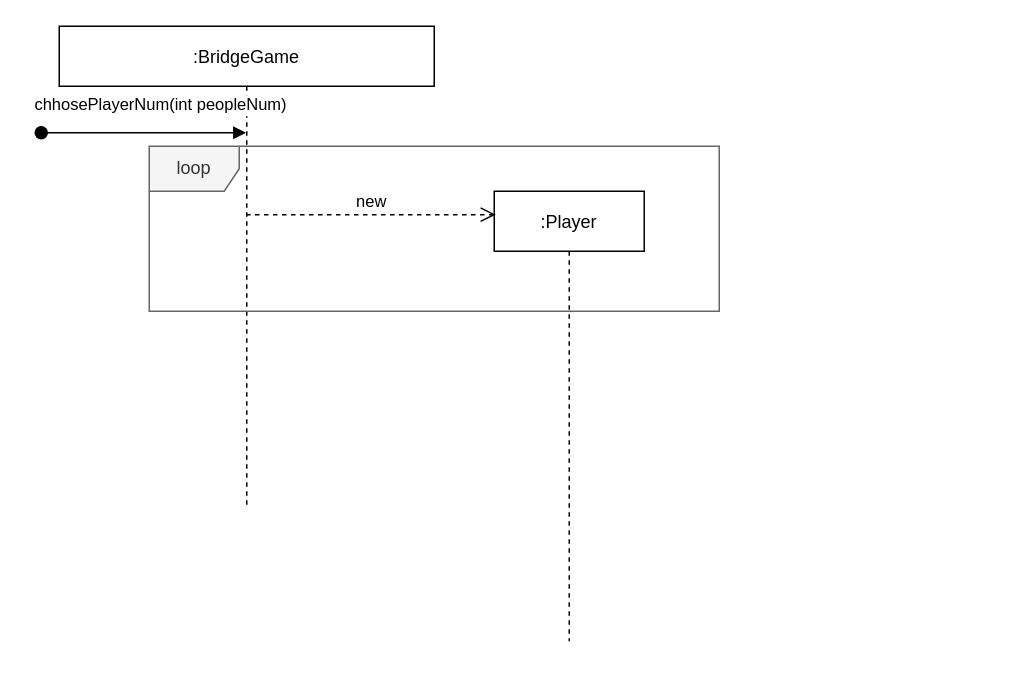
Before: diagram/시퀀스다이어그램/SequenceDiagram(choosePlayerNum).drawio in iGH01gi/SE_Term_Project, a draw.io diagram. Source tidied: cells renumbered, new cells numbered last; positions are measured from the earlier drawing's top-left corner, leaving out a move shared by most shapes. Both pictures are drawn from the tidied source at 150%, with x=0, y=0 at pixel (40, 26).
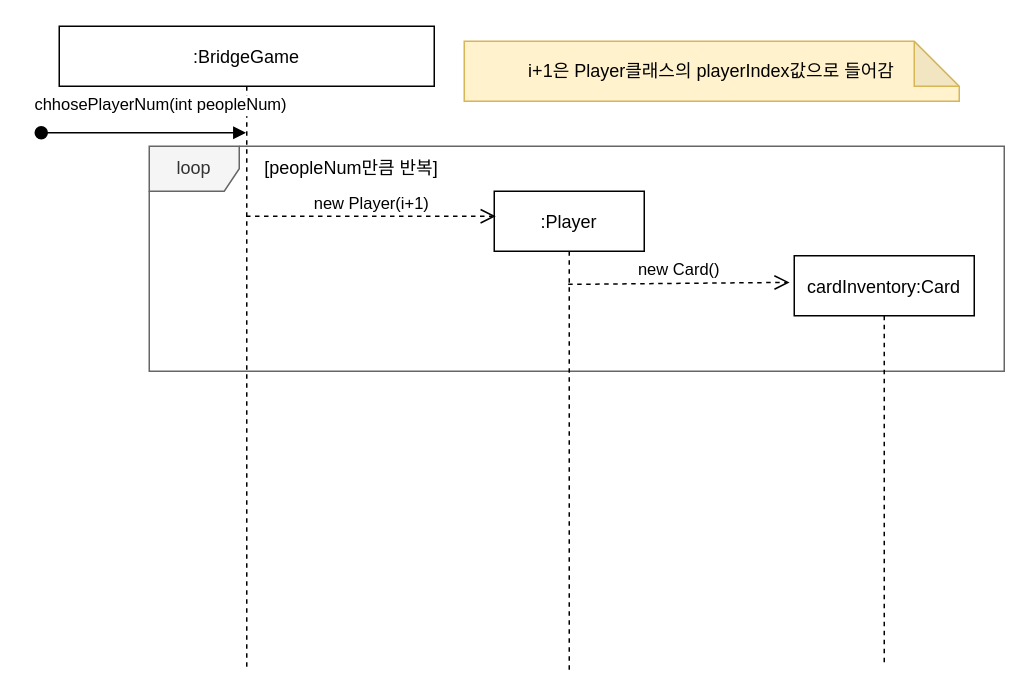
Above is the later version.

Change to the diagram source:
```diff
@@
 <mxGraphModel>
   <root>
     <mxCell id="0" />
     <mxCell id="1" parent="0" />
+    <mxCell id="6" value="loop" style="shape=umlFrame;whiteSpace=wrap;html=1;fillColor=#f5f5f5;fontColor=#333333;strokeColor=#666666;" parent="1" vertex="1">
+      <mxGeometry x="72" y="80" width="570" height="150" as="geometry" />
+    </mxCell>
     <mxCell id="2" value=":BridgeGame" style="shape=umlLifeline;perimeter=lifelinePerimeter;rounded=0;shadow=0;strokeWidth=1;" parent="1" vertex="1">
-      <mxGeometry x="12" width="250" height="320" as="geometry" />
+      <mxGeometry x="12" width="250" height="430" as="geometry" />
     </mxCell>
     <mxCell id="3" value="chhosePlayerNum(int peopleNum)" style="verticalAlign=bottom;startArrow=oval;endArrow=block;startSize=8;shadow=0;strokeWidth=1;" parent="2" edge="1" target="2">
       <mxGeometry x="0.17" y="10" relative="1" as="geometry">
         <mxPoint x="-12" y="71" as="sourcePoint" />
       </mxGeometry>
     </mxCell>
     <mxCell id="4" value=":Player" style="shape=umlLifeline;perimeter=lifelinePerimeter;rounded=0;shadow=0;strokeWidth=1;" parent="1" vertex="1">
-      <mxGeometry x="302" y="110" width="100" height="300" as="geometry" />
+      <mxGeometry x="302" y="110" width="100" height="320" as="geometry" />
     </mxCell>
-    <mxCell id="5" value="new" style="html=1;verticalAlign=bottom;endArrow=open;dashed=1;endSize=8;rounded=0;entryX=0.01;entryY=0.052;entryDx=0;entryDy=0;entryPerimeter=0;" parent="1" edge="1" source="2" target="4">
+    <mxCell id="5" value="new Player(i+1)" style="html=1;verticalAlign=bottom;endArrow=open;dashed=1;endSize=8;rounded=0;entryX=0.01;entryY=0.052;entryDx=0;entryDy=0;entryPerimeter=0;" parent="1" edge="1" source="2" target="4">
       <mxGeometry relative="1" as="geometry" />
     </mxCell>
-    <mxCell id="6" value="loop" style="shape=umlFrame;whiteSpace=wrap;html=1;fillColor=#f5f5f5;fontColor=#333333;strokeColor=#666666;" parent="1" vertex="1">
-      <mxGeometry x="72" y="80" width="380" height="110" as="geometry" />
-    </mxCell>
+    <mxCell id="7" value="[peopleNum만큼 반복]" style="text;html=1;strokeColor=none;fillColor=none;align=center;verticalAlign=middle;whiteSpace=wrap;rounded=0;" parent="1" vertex="1">
+      <mxGeometry x="142" y="80" width="130" height="30" as="geometry" />
+    </mxCell>
+    <mxCell id="8" value="cardInventory:Card" style="shape=umlLifeline;perimeter=lifelinePerimeter;rounded=0;shadow=0;strokeWidth=1;" parent="1" vertex="1">
+      <mxGeometry x="502" y="153" width="120" height="273" as="geometry" />
+    </mxCell>
+    <mxCell id="9" value="new Card()" style="html=1;verticalAlign=bottom;endArrow=open;dashed=1;endSize=8;rounded=0;entryX=-0.026;entryY=0.065;entryDx=0;entryDy=0;entryPerimeter=0;exitX=0.493;exitY=0.194;exitDx=0;exitDy=0;exitPerimeter=0;" parent="1" edge="1" source="4" target="8">
+      <mxGeometry relative="1" as="geometry" />
+    </mxCell>
+    <mxCell id="10" value="i+1은 Player클래스의 playerIndex값으로 들어감" style="shape=note;whiteSpace=wrap;html=1;backgroundOutline=1;darkOpacity=0.05;fillColor=#fff2cc;strokeColor=#d6b656;" parent="1" vertex="1">
+      <mxGeometry x="282" y="10" width="330" height="40" as="geometry" />
+    </mxCell>
   </root>
 </mxGraphModel>
```
